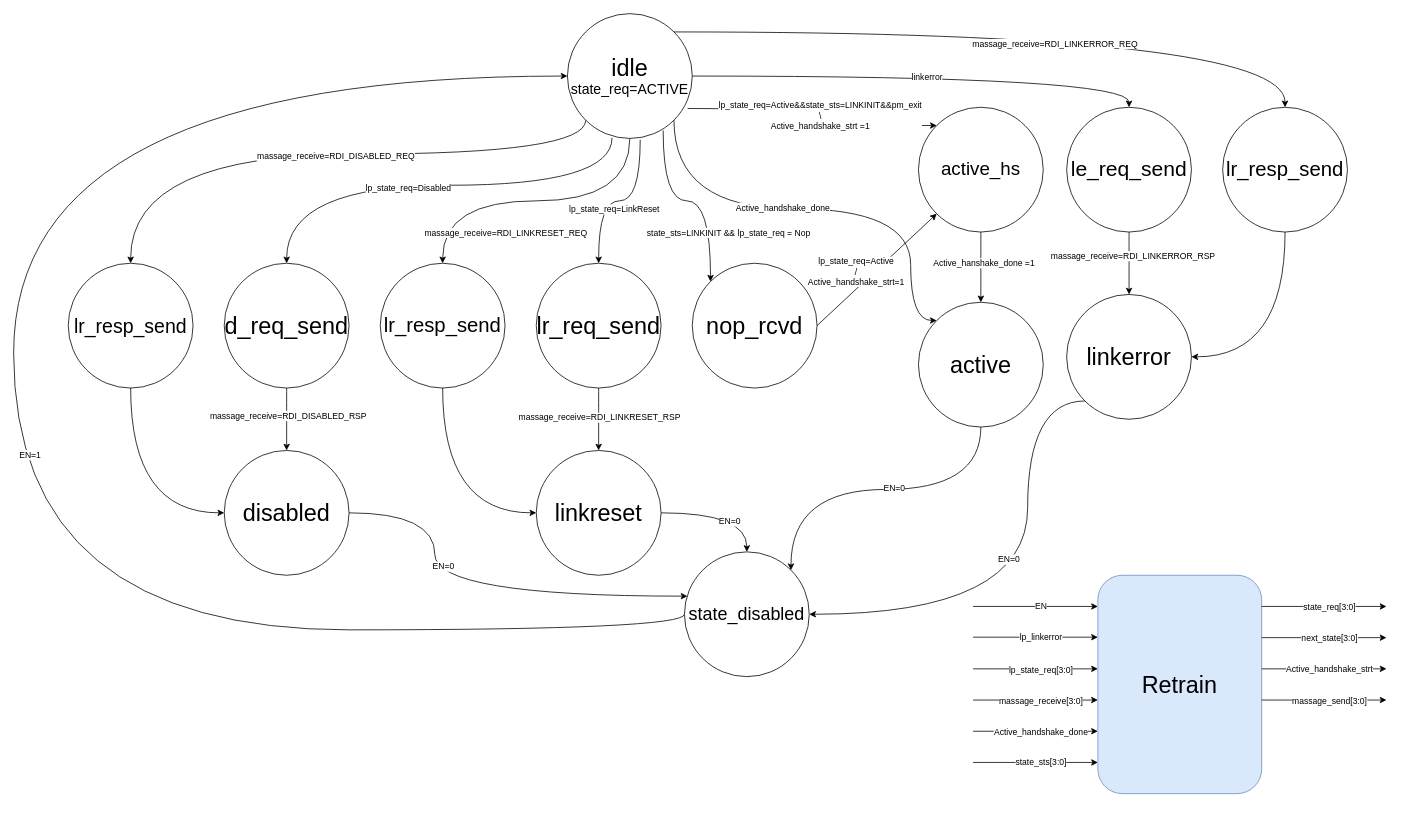
The draw.io diagram page "Retrain state" (17 of 22) of docs/SM/RDI_SM/RDI SM.drawio in AbdallahMoSalah/UCIe-3.0-PHY-layer, before the edit. Source tidied: cells renumbered, new cells numbered last; positions are measured from the earlier drawing's top-left corner, leaving out a move shared by most shapes. Both pictures are drawn from the tidied source at 78%, with x=0, y=0 at pixel (13, 13).
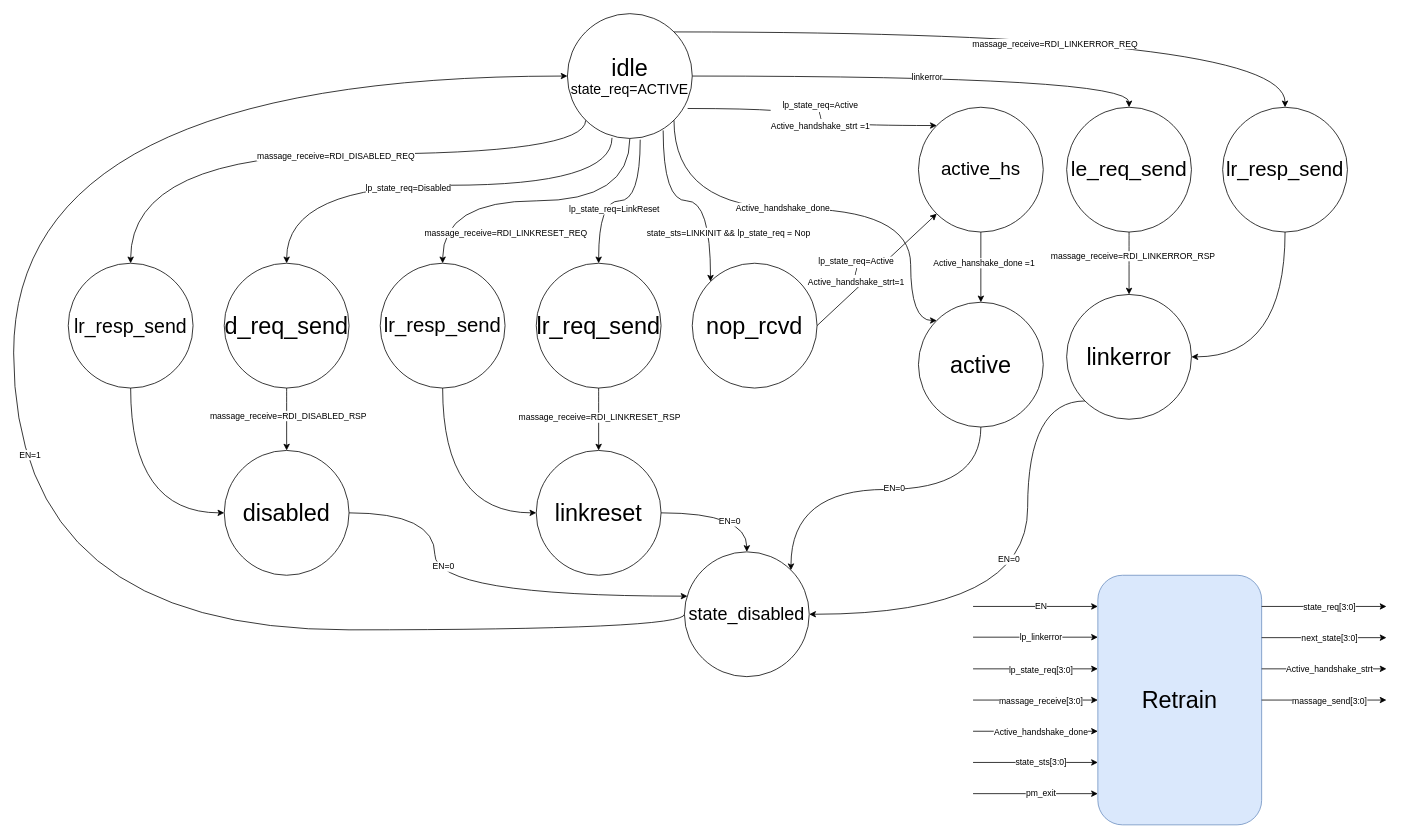
Above is the later version.

Commit message (it also covers changes not shown here):
handshake logic is added with it's testbench and enhancing in active handshake unit

The change refers to these unchanged cells:
```xml
<mxCell id="2" style="edgeStyle=orthogonalEdgeStyle;rounded=0;jettySize=auto;html=1;entryX=0;entryY=0;entryDx=0;entryDy=0;curved=1;exitX=0.963;exitY=0.76;exitDx=0;exitDy=0;exitPerimeter=0;" parent="1" edge="1" source="18" target="29">
  <mxGeometry relative="1" as="geometry" />
</mxCell>
```

Change to the diagram source:
```diff
@@
-    <mxCell id="3" value="lp_state_req=Active&amp;amp;&amp;amp;state_sts=LINKINIT&amp;amp;&amp;amp;pm_exit&lt;div&gt;\&lt;/div&gt;&lt;div&gt;&lt;div&gt;Active_handshake_strt =1&lt;/div&gt;&lt;/div&gt;" style="edgeLabel;html=1;align=center;verticalAlign=middle;" parent="2" vertex="1">
+    <mxCell id="3" value="lp_state_req=Active&lt;div&gt;\&lt;/div&gt;&lt;div&gt;&lt;div&gt;Active_handshake_strt =1&lt;/div&gt;&lt;/div&gt;" style="edgeLabel;html=1;align=center;verticalAlign=middle;" parent="2" vertex="1">
       <mxGeometry x="0.11" y="3" relative="1" as="geometry">
         <mxPoint x="2" y="-10" as="offset" />
       </mxGeometry>
     </mxCell>
@@
     <mxCell id="57" value="&lt;font style=&quot;font-size: 30px;&quot;&gt;Retrain&lt;/font&gt;" style="rounded=1;whiteSpace=wrap;html=1;fontFamily=Helvetica;fontSize=11;labelBackgroundColor=none;fillColor=#dae8fc;strokeColor=#6c8ebf;" parent="1" vertex="1">
-      <mxGeometry x="1390" y="720" width="210" height="280" as="geometry" />
+      <mxGeometry x="1390" y="720" width="210" height="320" as="geometry" />
     </mxCell>
@@
+    <mxCell id="78" style="endArrow=classic;html=1;rounded=0;strokeColor=default;align=center;verticalAlign=middle;fontFamily=Helvetica;fontSize=11;fontColor=default;labelBackgroundColor=default;" parent="1" edge="1">
+      <mxGeometry relative="1" as="geometry">
+        <mxPoint x="1230" y="1000" as="sourcePoint" />
+        <mxPoint x="1390" y="1000" as="targetPoint" />
+      </mxGeometry>
+    </mxCell>
+    <mxCell id="79" value="pm_exit" style="edgeLabel;html=1;align=center;verticalAlign=middle;fontFamily=Helvetica;fontSize=11;fontColor=default;labelBackgroundColor=default;" parent="78" vertex="1">
+      <mxGeometry x="0.07" y="-4" relative="1" as="geometry">
+        <mxPoint y="-5" as="offset" />
+      </mxGeometry>
+    </mxCell>
```
